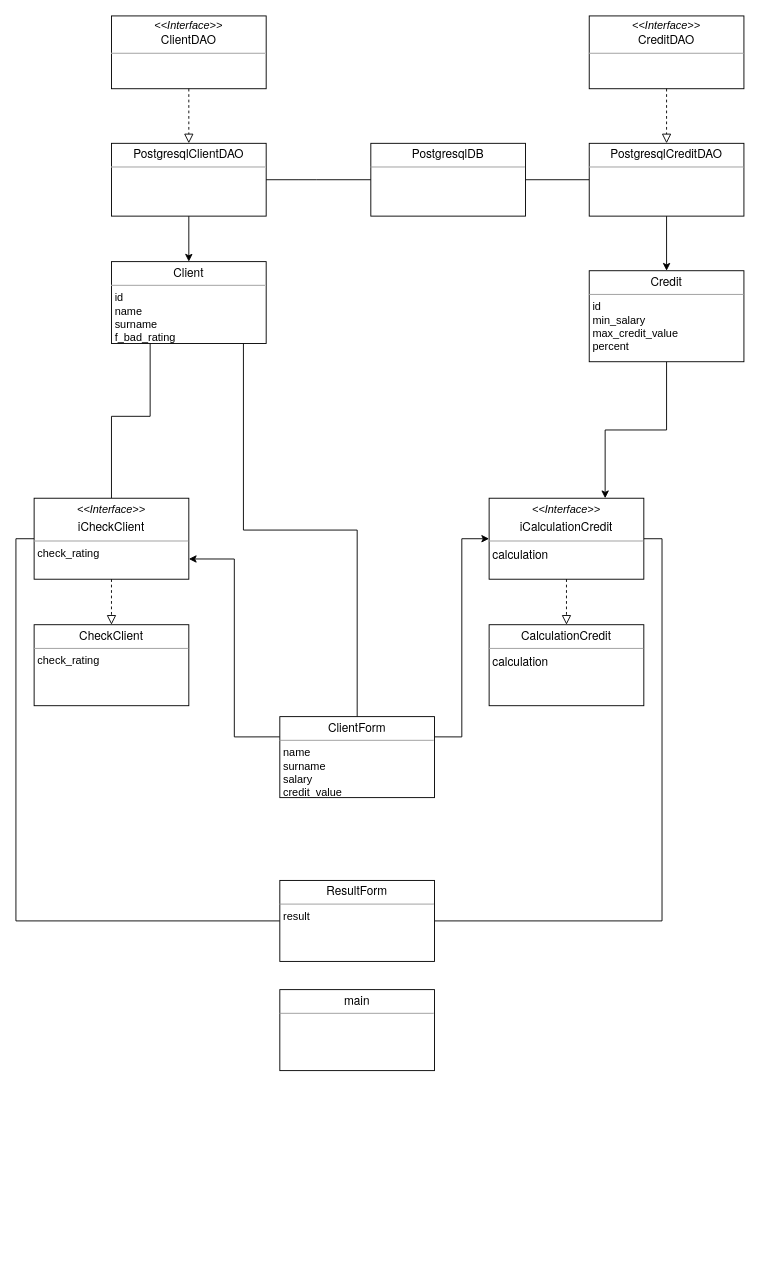
This is Diagram/UML-диаграммы классов v1.drawio from AlexkovOtus/gb_arch, a draw.io file, before an edit. Source tidied: cells renumbered, new cells numbered last; positions are measured from the earlier drawing's top-left corner, leaving out a move shared by most shapes. Both pictures are drawn from the tidied source at 91%, with x=0, y=0 at pixel (34, 15).
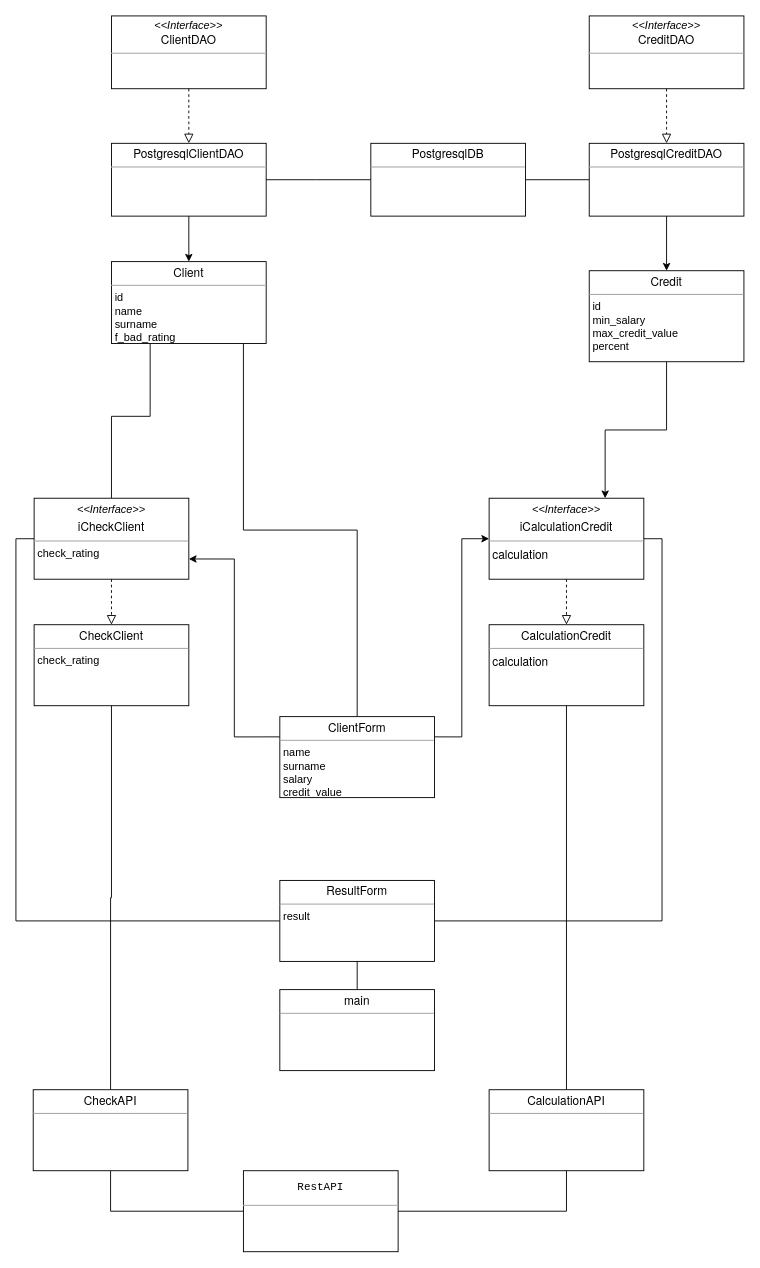
Above is the later version.

Unchanged cells that the change refers to:
```xml
<mxCell id="23" value="&lt;p style=&quot;margin: 0px ; margin-top: 4px ; text-align: center&quot;&gt;&lt;font face=&quot;helvetica neue&quot;&gt;&lt;span style=&quot;font-size: 13px&quot;&gt;CheckClient&lt;/span&gt;&lt;/font&gt;&lt;/p&gt;&lt;hr size=&quot;1&quot;&gt;&lt;p style=&quot;margin: 0px 0px 0px 4px&quot;&gt;check_rating&lt;br&gt;&lt;/p&gt;" style="verticalAlign=top;align=left;overflow=fill;fontSize=12;fontFamily=Helvetica;html=1;fontColor=#000000;" parent="1" vertex="1">
  <mxGeometry y="669" width="170" height="89" as="geometry" />
</mxCell>
<mxCell id="27" value="&lt;p style=&quot;margin: 0px ; margin-top: 4px ; text-align: center&quot;&gt;&lt;span style=&quot;font-family: &amp;#34;helvetica neue&amp;#34; ; font-size: 13px&quot;&gt;CalculationCredit&lt;/span&gt;&lt;br&gt;&lt;/p&gt;&lt;hr size=&quot;1&quot;&gt;&lt;p style=&quot;margin: 0px 0px 0px 4px&quot;&gt;&lt;span style=&quot;font-family: &amp;#34;helvetica neue&amp;#34; ; font-size: 13px ; text-align: center&quot;&gt;calculation&lt;/span&gt;&lt;br&gt;&lt;/p&gt;" style="verticalAlign=top;align=left;overflow=fill;fontSize=12;fontFamily=Helvetica;html=1;fontColor=#000000;" parent="1" vertex="1">
  <mxGeometry x="500" y="669" width="170" height="89" as="geometry" />
</mxCell>
<mxCell id="29" value="&lt;p style=&quot;margin: 0px ; margin-top: 4px ; text-align: center&quot;&gt;&lt;font face=&quot;helvetica neue&quot;&gt;&lt;span style=&quot;font-size: 13px&quot;&gt;ResultForm&lt;/span&gt;&lt;/font&gt;&lt;/p&gt;&lt;hr size=&quot;1&quot;&gt;&lt;p style=&quot;margin: 0px 0px 0px 4px&quot;&gt;result&lt;/p&gt;" style="verticalAlign=top;align=left;overflow=fill;fontSize=12;fontFamily=Helvetica;html=1;fontColor=#000000;" parent="1" vertex="1">
  <mxGeometry x="270" y="950" width="170" height="89" as="geometry" />
</mxCell>
<mxCell id="30" value="&lt;p style=&quot;margin: 0px ; margin-top: 4px ; text-align: center&quot;&gt;&lt;font face=&quot;helvetica neue&quot;&gt;&lt;span style=&quot;font-size: 13px&quot;&gt;main&lt;/span&gt;&lt;/font&gt;&lt;/p&gt;&lt;hr size=&quot;1&quot;&gt;&lt;p style=&quot;margin: 0px 0px 0px 4px&quot;&gt;&lt;br&gt;&lt;/p&gt;" style="verticalAlign=top;align=left;overflow=fill;fontSize=12;fontFamily=Helvetica;html=1;fontColor=#000000;" parent="1" vertex="1">
  <mxGeometry x="270" y="1070" width="170" height="89" as="geometry" />
</mxCell>
```

What changed in the source:
```diff
@@
+    <mxCell id="31" style="edgeStyle=orthogonalEdgeStyle;rounded=0;jettySize=auto;html=1;exitX=0.5;exitY=0;exitDx=0;exitDy=0;entryX=0.5;entryY=1;entryDx=0;entryDy=0;endArrow=none;endFill=0;" parent="1" edge="1" source="30" target="29">
+      <mxGeometry relative="1" as="geometry" />
+    </mxCell>
@@
+    <mxCell id="32" style="edgeStyle=orthogonalEdgeStyle;rounded=0;jettySize=auto;html=1;exitX=1;exitY=0.5;exitDx=0;exitDy=0;entryX=0.5;entryY=1;entryDx=0;entryDy=0;endArrow=none;endFill=0;" parent="1" edge="1" source="34" target="38">
+      <mxGeometry relative="1" as="geometry" />
+    </mxCell>
+    <mxCell id="33" style="edgeStyle=orthogonalEdgeStyle;rounded=0;jettySize=auto;html=1;exitX=0;exitY=0.5;exitDx=0;exitDy=0;entryX=0.5;entryY=1;entryDx=0;entryDy=0;endArrow=none;endFill=0;" parent="1" edge="1" source="34" target="36">
+      <mxGeometry relative="1" as="geometry" />
+    </mxCell>
+    <mxCell id="34" value="&lt;pre style=&quot;text-align: center ; font-family: &amp;#34;jetbrains mono&amp;#34; , monospace&quot;&gt;&lt;span style=&quot;background-color: rgb(255 , 255 , 255)&quot;&gt;RestAPI&lt;/span&gt;&lt;/pre&gt;&lt;hr size=&quot;1&quot; style=&quot;text-align: center&quot;&gt;&lt;p style=&quot;margin: 0px 0px 0px 4px&quot;&gt;&lt;br&gt;&lt;/p&gt;" style="verticalAlign=top;align=left;overflow=fill;fontSize=12;fontFamily=Helvetica;html=1;fontColor=#000000;" parent="1" vertex="1">
+      <mxGeometry x="230" y="1269" width="170" height="89" as="geometry" />
+    </mxCell>
+    <mxCell id="35" style="edgeStyle=orthogonalEdgeStyle;rounded=0;jettySize=auto;html=1;exitX=0.5;exitY=0;exitDx=0;exitDy=0;entryX=0.5;entryY=1;entryDx=0;entryDy=0;endArrow=none;endFill=0;" parent="1" edge="1" source="36" target="23">
+      <mxGeometry relative="1" as="geometry" />
+    </mxCell>
+    <mxCell id="36" value="&lt;p style=&quot;margin: 0px ; margin-top: 4px ; text-align: center&quot;&gt;&lt;font face=&quot;helvetica neue&quot;&gt;&lt;span style=&quot;font-size: 13px&quot;&gt;CheckAPI&lt;/span&gt;&lt;/font&gt;&lt;br&gt;&lt;/p&gt;&lt;hr size=&quot;1&quot;&gt;&lt;p style=&quot;margin: 0px 0px 0px 4px&quot;&gt;&lt;br&gt;&lt;/p&gt;" style="verticalAlign=top;align=left;overflow=fill;fontSize=12;fontFamily=Helvetica;html=1;fontColor=#000000;" parent="1" vertex="1">
+      <mxGeometry x="-1" y="1180" width="170" height="89" as="geometry" />
+    </mxCell>
+    <mxCell id="37" style="edgeStyle=orthogonalEdgeStyle;rounded=0;jettySize=auto;html=1;entryX=0.5;entryY=1;entryDx=0;entryDy=0;endArrow=none;endFill=0;" parent="1" edge="1" source="38" target="27">
+      <mxGeometry relative="1" as="geometry" />
+    </mxCell>
+    <mxCell id="38" value="&lt;p style=&quot;margin: 0px ; margin-top: 4px ; text-align: center&quot;&gt;&lt;font face=&quot;helvetica neue&quot;&gt;&lt;span style=&quot;font-size: 13px&quot;&gt;CalculationAPI&lt;/span&gt;&lt;/font&gt;&lt;br&gt;&lt;/p&gt;&lt;hr size=&quot;1&quot;&gt;&lt;p style=&quot;margin: 0px 0px 0px 4px&quot;&gt;&lt;br&gt;&lt;/p&gt;" style="verticalAlign=top;align=left;overflow=fill;fontSize=12;fontFamily=Helvetica;html=1;fontColor=#000000;" parent="1" vertex="1">
+      <mxGeometry x="500" y="1180" width="170" height="89" as="geometry" />
+    </mxCell>
```
